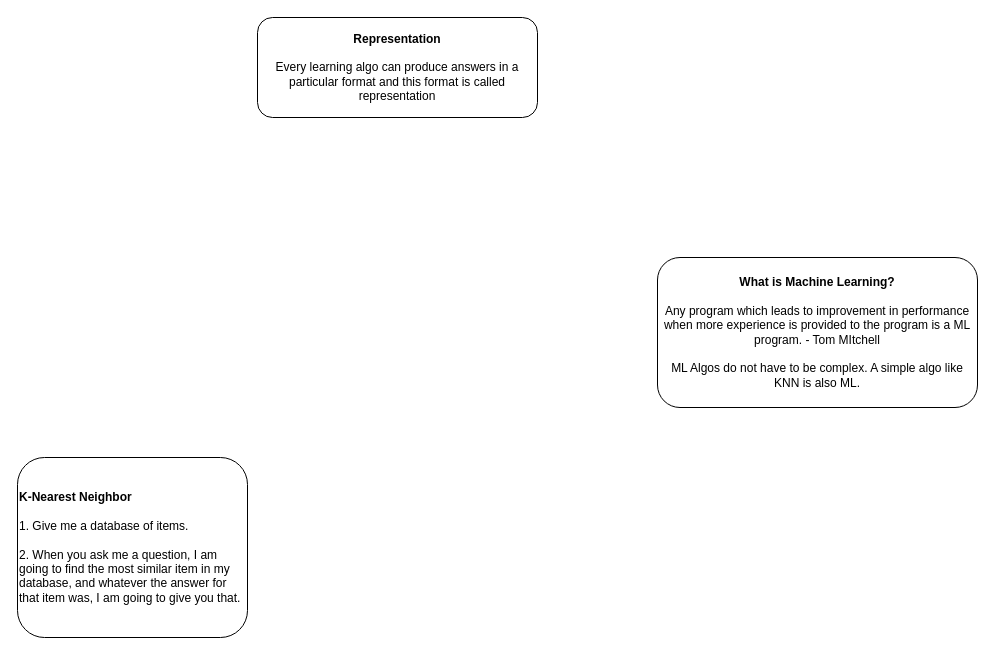
Before: ML-01.drawio in AmlanAlok/draw.io-diagrams, a draw.io diagram. Source tidied: cells renumbered, new cells numbered last; positions are measured from the earlier drawing's top-left corner, leaving out a move shared by most shapes. Both pictures are drawn from the tidied source at 100%, with x=0, y=0 at pixel (17, 17).
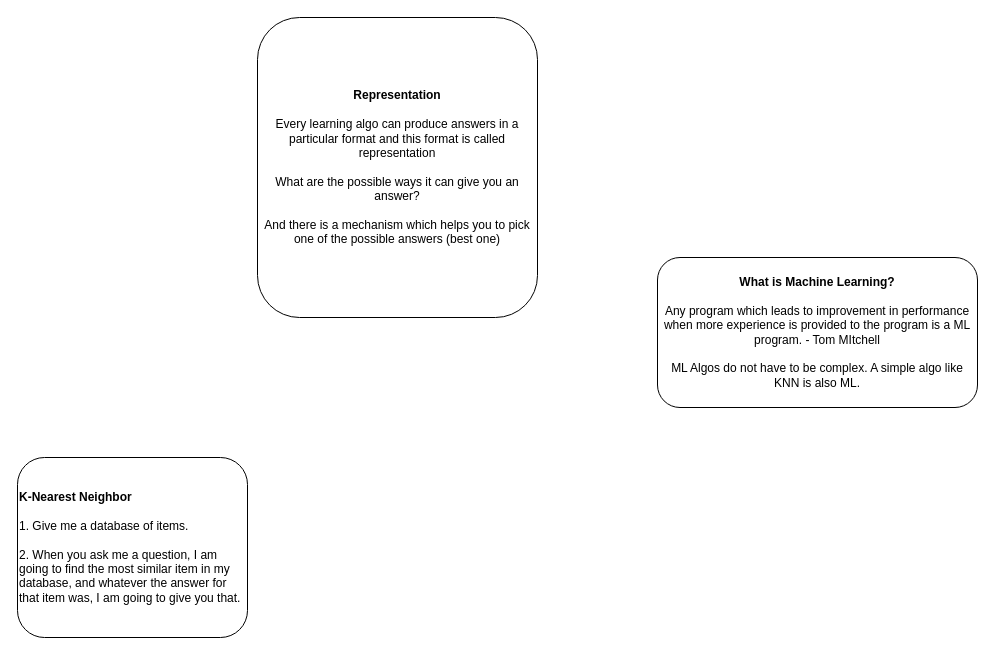
The same diagram, later.

What changed in the source:
```diff
@@
 <mxGraphModel>
   <root>
     <mxCell id="0" />
     <mxCell id="1" parent="0" />
     <mxCell id="2" value="&lt;b&gt;What is Machine Learning?&lt;/b&gt;&lt;br&gt;&lt;br&gt;Any program which leads to improvement in performance when more experience is provided to the program is a ML program. - Tom MItchell&lt;br&gt;&lt;br&gt;ML Algos do not have to be complex. A simple algo like KNN is also ML." style="rounded=1;whiteSpace=wrap;html=1;" parent="1" vertex="1">
       <mxGeometry x="640" y="240" width="320" height="150" as="geometry" />
     </mxCell>
     <mxCell id="3" value="&lt;b&gt;K-Nearest Neighbor&lt;/b&gt;&lt;br&gt;&lt;br&gt;1. Give me a database of items.&lt;br&gt;&lt;br&gt;2. When you ask me a question, I am going to find the most similar item in my database, and whatever the answer for that item was, I am going to give you that." style="rounded=1;whiteSpace=wrap;html=1;align=left;" parent="1" vertex="1">
       <mxGeometry y="440" width="230" height="180" as="geometry" />
     </mxCell>
-    <mxCell id="4" value="&lt;b&gt;Representation&lt;br&gt;&lt;/b&gt;&lt;br&gt;Every learning algo can produce answers in a particular format and this format is called representation" style="rounded=1;whiteSpace=wrap;html=1;" parent="1" vertex="1">
-      <mxGeometry x="240" width="280" height="100" as="geometry" />
+    <mxCell id="4" value="&lt;b&gt;Representation&lt;br&gt;&lt;/b&gt;&lt;br&gt;Every learning algo can produce answers in a particular format and this format is called representation&lt;br&gt;&lt;br&gt;What are the possible ways it can give you an answer?&lt;br&gt;&lt;br&gt;And there is a mechanism which helps you to pick one of the possible answers (best one)" style="rounded=1;whiteSpace=wrap;html=1;" parent="1" vertex="1">
+      <mxGeometry x="240" width="280" height="300" as="geometry" />
     </mxCell>
   </root>
 </mxGraphModel>
```
